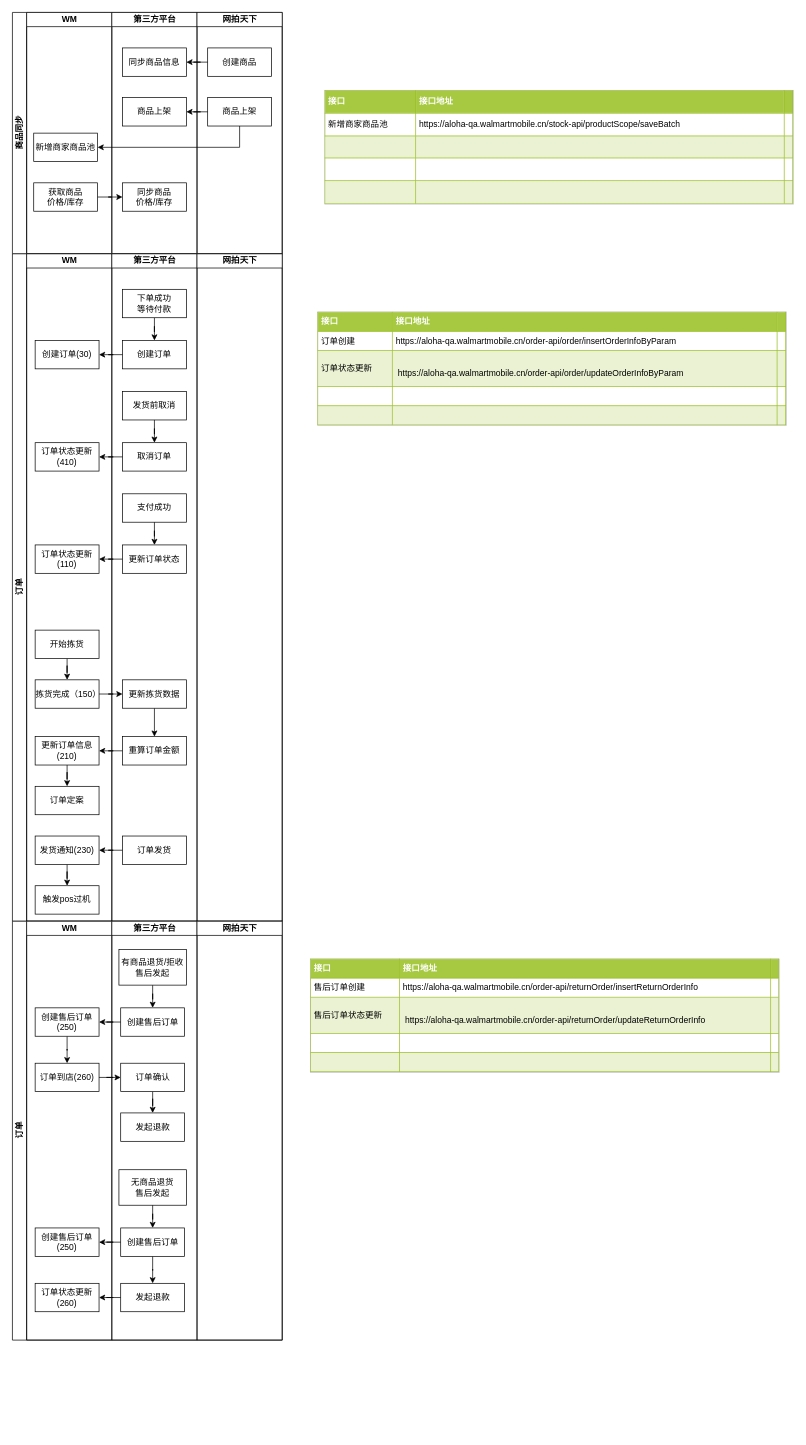
Earlier version of the draw.io diagram work/第三方平台订单对接.drawio (FYou/drawIo). Source tidied: cells renumbered, new cells numbered last; positions are measured from the earlier drawing's top-left corner, leaving out a move shared by most shapes. Both pictures are drawn from the tidied source at 71%, with x=0, y=0 at pixel (12, 12).
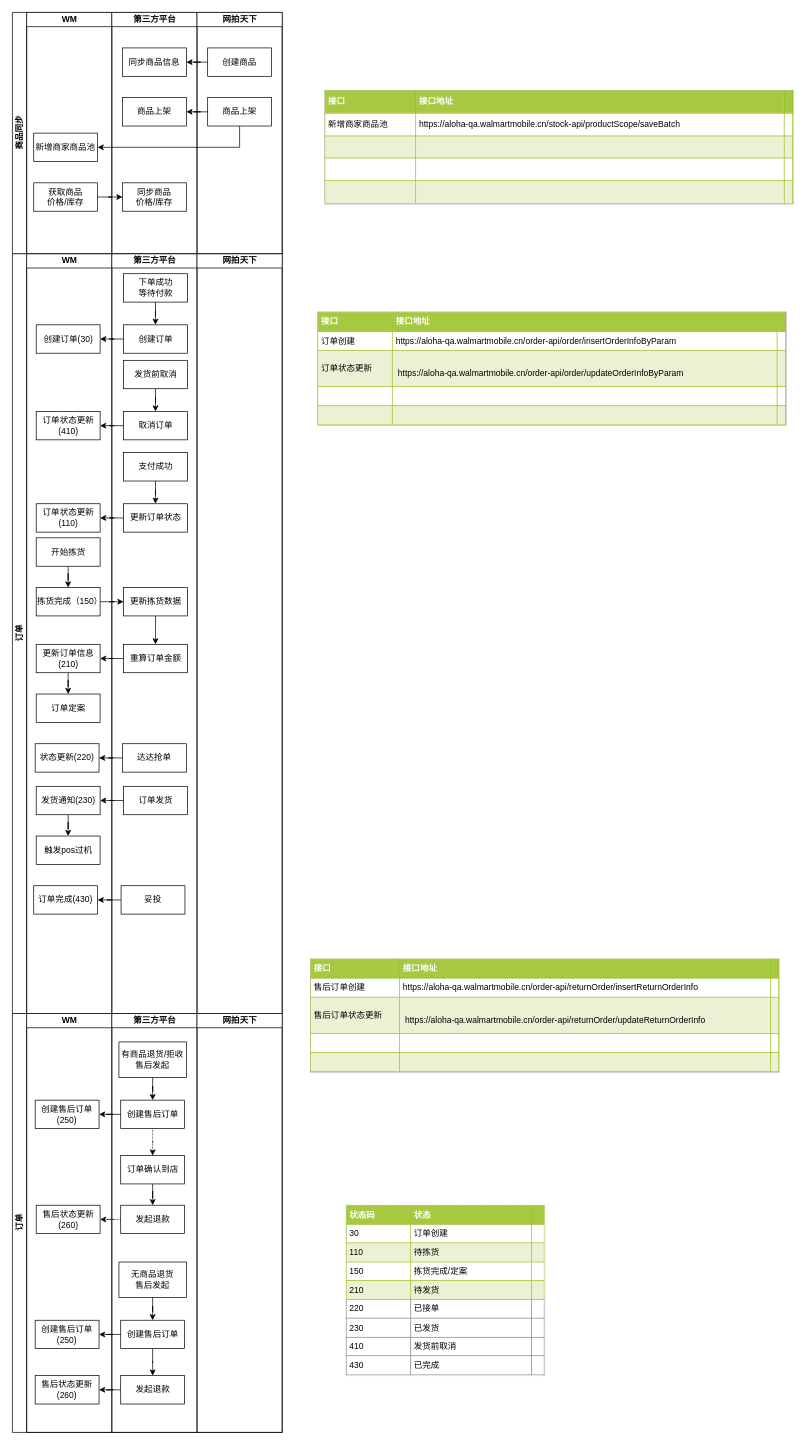
After the change.

Commit message:
Update 第三方平台订单对接.drawio

The change refers to these unchanged cells:
```xml
<mxCell id="53" value="WM" style="swimlane;html=1;startSize=20;" parent="52" vertex="1">
  <mxGeometry x="20" width="120" height="590" as="geometry" />
</mxCell>
<mxCell id="55" value="创建售后订单(250)" style="rounded=0;whiteSpace=wrap;html=1;" parent="53" vertex="1">
  <mxGeometry x="12" y="122" width="90" height="40" as="geometry" />
</mxCell>
<mxCell id="58" value="第三方平台" style="swimlane;html=1;startSize=20;" parent="52" vertex="1">
  <mxGeometry x="140" width="120" height="590" as="geometry" />
</mxCell>
<mxCell id="61" value="创建售后订单" style="rounded=0;whiteSpace=wrap;html=1;" parent="58" vertex="1">
  <mxGeometry x="12.5" y="122" width="90" height="40" as="geometry" />
</mxCell>
<mxCell id="64" value="发起退款" style="rounded=0;whiteSpace=wrap;html=1;" parent="58" vertex="1">
  <mxGeometry x="12.5" y="270" width="90" height="40" as="geometry" />
</mxCell>
```

Diff of the diagram source:
```diff
@@
     <mxCell id="17" value="订单&lt;br&gt;" style="swimlane;html=1;startSize=20;horizontal=0;" parent="1" vertex="1">
-      <mxGeometry y="340" width="380" height="940" as="geometry" />
+      <mxGeometry y="340" width="380" height="1070" as="geometry" />
     </mxCell>
+    <mxCell id="49" style="edgeStyle=orthogonalEdgeStyle;rounded=0;jettySize=auto;html=1;" parent="17" edge="1" source="22" target="44">
+      <mxGeometry relative="1" as="geometry" />
+    </mxCell>
+    <mxCell id="50" style="edgeStyle=orthogonalEdgeStyle;rounded=0;jettySize=auto;html=1;entryX=1;entryY=0.5;entryDx=0;entryDy=0;" parent="17" edge="1" source="45" target="24">
+      <mxGeometry relative="1" as="geometry" />
+    </mxCell>
+    <mxCell id="51" style="edgeStyle=orthogonalEdgeStyle;rounded=0;jettySize=auto;html=1;entryX=1;entryY=0.5;entryDx=0;entryDy=0;" parent="17" edge="1" source="46" target="27">
+      <mxGeometry relative="1" as="geometry" />
+    </mxCell>
     <mxCell id="18" value="WM" style="swimlane;html=1;startSize=20;" parent="17" vertex="1">
-      <mxGeometry x="20" width="120" height="940" as="geometry" />
+      <mxGeometry x="20" width="120" height="1070" as="geometry" />
     </mxCell>
     <mxCell id="19" value="创建订单(30)" style="rounded=0;whiteSpace=wrap;html=1;" parent="18" vertex="1">
-      <mxGeometry x="12" y="122" width="90" height="40" as="geometry" />
+      <mxGeometry x="13.5" y="100" width="90" height="40" as="geometry" />
     </mxCell>
@@
     <mxCell id="21" value="开始拣货" style="rounded=0;whiteSpace=wrap;html=1;" parent="18" vertex="1">
-      <mxGeometry x="12" y="530" width="90" height="40" as="geometry" />
+      <mxGeometry x="13.5" y="400" width="90" height="40" as="geometry" />
     </mxCell>
     <mxCell id="22" value="拣货完成（150）" style="rounded=0;whiteSpace=wrap;html=1;" parent="18" vertex="1">
-      <mxGeometry x="12" y="600" width="90" height="40" as="geometry" />
+      <mxGeometry x="13.5" y="470" width="90" height="40" as="geometry" />
     </mxCell>
@@
     <mxCell id="24" value="更新订单信息(210)" style="rounded=0;whiteSpace=wrap;html=1;" parent="18" vertex="1">
-      <mxGeometry x="12" y="680" width="90" height="40" as="geometry" />
+      <mxGeometry x="13.5" y="550" width="90" height="40" as="geometry" />
     </mxCell>
     <mxCell id="25" value="订单定案" style="rounded=0;whiteSpace=wrap;html=1;" parent="18" vertex="1">
-      <mxGeometry x="12" y="750" width="90" height="40" as="geometry" />
+      <mxGeometry x="13.5" y="620" width="90" height="40" as="geometry" />
     </mxCell>
@@
     <mxCell id="27" value="发货通知(230)" style="rounded=0;whiteSpace=wrap;html=1;" parent="18" vertex="1">
-      <mxGeometry x="12" y="820" width="90" height="40" as="geometry" />
+      <mxGeometry x="13.5" y="750" width="90" height="40" as="geometry" />
     </mxCell>
     <mxCell id="28" value="触发pos过机" style="rounded=0;whiteSpace=wrap;html=1;" parent="18" vertex="1">
-      <mxGeometry x="12" y="890" width="90" height="40" as="geometry" />
+      <mxGeometry x="13.5" y="820" width="90" height="40" as="geometry" />
     </mxCell>
+    <mxCell id="48" style="edgeStyle=orthogonalEdgeStyle;rounded=0;jettySize=auto;html=1;entryX=1;entryY=0.5;entryDx=0;entryDy=0;" parent="17" edge="1" source="32" target="19">
+      <mxGeometry relative="1" as="geometry" />
+    </mxCell>
     <mxCell id="29" value="第三方平台" style="swimlane;html=1;startSize=20;" parent="17" vertex="1">
-      <mxGeometry x="140" width="120" height="940" as="geometry" />
+      <mxGeometry x="140" width="120" height="1070" as="geometry" />
     </mxCell>
@@
     <mxCell id="31" value="下单成功&lt;br&gt;等待付款" style="rounded=0;whiteSpace=wrap;html=1;" parent="29" vertex="1">
-      <mxGeometry x="15" y="50" width="90" height="40" as="geometry" />
+      <mxGeometry x="16.5" y="28" width="90" height="40" as="geometry" />
     </mxCell>
     <mxCell id="32" value="创建订单" style="rounded=0;whiteSpace=wrap;html=1;" parent="29" vertex="1">
-      <mxGeometry x="15" y="122" width="90" height="40" as="geometry" />
+      <mxGeometry x="16.5" y="100" width="90" height="40" as="geometry" />
     </mxCell>
     <mxCell id="33" value="订单状态更新(410)" style="rounded=0;whiteSpace=wrap;html=1;" parent="29" vertex="1">
-      <mxGeometry x="-108" y="266" width="90" height="40" as="geometry" />
+      <mxGeometry x="-106.5" y="222" width="90" height="40" as="geometry" />
     </mxCell>
     <mxCell id="34" value="发货前取消" style="rounded=0;whiteSpace=wrap;html=1;" parent="29" vertex="1">
-      <mxGeometry x="15" y="194" width="90" height="40" as="geometry" />
+      <mxGeometry x="16.5" y="150" width="90" height="40" as="geometry" />
     </mxCell>
     <mxCell id="35" value="取消订单" style="rounded=0;whiteSpace=wrap;html=1;" parent="29" vertex="1">
-      <mxGeometry x="15" y="266" width="90" height="40" as="geometry" />
+      <mxGeometry x="16.5" y="222" width="90" height="40" as="geometry" />
     </mxCell>
@@
     <mxCell id="38" value="订单状态更新(110)" style="rounded=0;whiteSpace=wrap;html=1;" parent="29" vertex="1">
-      <mxGeometry x="-108" y="410" width="90" height="40" as="geometry" />
+      <mxGeometry x="-106.5" y="352" width="90" height="40" as="geometry" />
     </mxCell>
     <mxCell id="39" value="支付成功" style="rounded=0;whiteSpace=wrap;html=1;" parent="29" vertex="1">
-      <mxGeometry x="15" y="338" width="90" height="40" as="geometry" />
+      <mxGeometry x="16.5" y="280" width="90" height="40" as="geometry" />
     </mxCell>
     <mxCell id="40" value="更新订单状态" style="rounded=0;whiteSpace=wrap;html=1;" parent="29" vertex="1">
-      <mxGeometry x="15" y="410" width="90" height="40" as="geometry" />
+      <mxGeometry x="16.5" y="352" width="90" height="40" as="geometry" />
     </mxCell>
@@
     <mxCell id="44" value="更新拣货数据" style="rounded=0;whiteSpace=wrap;html=1;" parent="29" vertex="1">
-      <mxGeometry x="15" y="600" width="90" height="40" as="geometry" />
+      <mxGeometry x="16.5" y="470" width="90" height="40" as="geometry" />
     </mxCell>
     <mxCell id="45" value="重算订单金额" style="rounded=0;whiteSpace=wrap;html=1;" parent="29" vertex="1">
-      <mxGeometry x="15" y="680" width="90" height="40" as="geometry" />
+      <mxGeometry x="16.5" y="550" width="90" height="40" as="geometry" />
     </mxCell>
     <mxCell id="46" value="订单发货" style="rounded=0;whiteSpace=wrap;html=1;" parent="29" vertex="1">
-      <mxGeometry x="15" y="820" width="90" height="40" as="geometry" />
+      <mxGeometry x="16.5" y="750" width="90" height="40" as="geometry" />
     </mxCell>
+    <mxCell id="79" value="状态更新(220)" style="rounded=0;whiteSpace=wrap;html=1;" parent="29" vertex="1">
+      <mxGeometry x="-108" y="690" width="90" height="40" as="geometry" />
+    </mxCell>
+    <mxCell id="80" style="edgeStyle=orthogonalEdgeStyle;rounded=0;jettySize=auto;html=1;entryX=1;entryY=0.5;entryDx=0;entryDy=0;" parent="29" edge="1" source="81" target="79">
+      <mxGeometry relative="1" as="geometry" />
+    </mxCell>
+    <mxCell id="81" value="达达抢单" style="rounded=0;whiteSpace=wrap;html=1;" parent="29" vertex="1">
+      <mxGeometry x="15" y="690" width="90" height="40" as="geometry" />
+    </mxCell>
+    <mxCell id="82" style="edgeStyle=orthogonalEdgeStyle;rounded=0;jettySize=auto;html=1;entryX=1;entryY=0.5;entryDx=0;entryDy=0;" parent="29" edge="1" source="84" target="83">
+      <mxGeometry relative="1" as="geometry" />
+    </mxCell>
+    <mxCell id="83" value="订单完成(430)" style="rounded=0;whiteSpace=wrap;html=1;" parent="29" vertex="1">
+      <mxGeometry x="-110" y="890" width="90" height="40" as="geometry" />
+    </mxCell>
+    <mxCell id="84" value="妥投" style="rounded=0;whiteSpace=wrap;html=1;" parent="29" vertex="1">
+      <mxGeometry x="13" y="890" width="90" height="40" as="geometry" />
+    </mxCell>
     <mxCell id="47" value="网拍天下" style="swimlane;html=1;startSize=20;" parent="17" vertex="1">
-      <mxGeometry x="260" width="120" height="940" as="geometry" />
+      <mxGeometry x="260" width="120" height="1070" as="geometry" />
     </mxCell>
-    <mxCell id="48" style="edgeStyle=orthogonalEdgeStyle;rounded=0;jettySize=auto;html=1;entryX=1;entryY=0.5;entryDx=0;entryDy=0;" parent="17" edge="1" source="32" target="19">
-      <mxGeometry relative="1" as="geometry" />
-    </mxCell>
-    <mxCell id="49" style="edgeStyle=orthogonalEdgeStyle;rounded=0;jettySize=auto;html=1;" parent="17" edge="1" source="22" target="44">
-      <mxGeometry relative="1" as="geometry" />
-    </mxCell>
-    <mxCell id="50" style="edgeStyle=orthogonalEdgeStyle;rounded=0;jettySize=auto;html=1;entryX=1;entryY=0.5;entryDx=0;entryDy=0;" parent="17" edge="1" source="45" target="24">
-      <mxGeometry relative="1" as="geometry" />
-    </mxCell>
-    <mxCell id="51" style="edgeStyle=orthogonalEdgeStyle;rounded=0;jettySize=auto;html=1;entryX=1;entryY=0.5;entryDx=0;entryDy=0;" parent="17" edge="1" source="46" target="27">
-      <mxGeometry relative="1" as="geometry" />
-    </mxCell>
     <mxCell id="52" value="订单&lt;br&gt;" style="swimlane;html=1;startSize=20;horizontal=0;" parent="1" vertex="1">
-      <mxGeometry y="1280" width="380" height="590" as="geometry" />
+      <mxGeometry y="1410" width="380" height="590" as="geometry" />
     </mxCell>
@@
-    <mxCell id="54" style="edgeStyle=orthogonalEdgeStyle;rounded=0;jettySize=auto;html=1;entryX=0.5;entryY=0;entryDx=0;entryDy=0;" parent="53" edge="1" source="55" target="56">
-      <mxGeometry relative="1" as="geometry" />
-    </mxCell>
@@
-    <mxCell id="56" value="订单到店(260)" style="rounded=0;whiteSpace=wrap;html=1;" parent="53" vertex="1">
-      <mxGeometry x="12" y="200" width="90" height="40" as="geometry" />
+    <mxCell id="56" value="售后状态更新(260)" style="rounded=0;whiteSpace=wrap;html=1;" parent="53" vertex="1">
+      <mxGeometry x="13.5" y="270" width="90" height="40" as="geometry" />
     </mxCell>
-    <mxCell id="57" value="订单状态更新(260)" style="rounded=0;whiteSpace=wrap;html=1;" parent="53" vertex="1">
+    <mxCell id="57" value="售后状态更新(260)" style="rounded=0;whiteSpace=wrap;html=1;" parent="53" vertex="1">
       <mxGeometry x="12" y="510" width="90" height="40" as="geometry" />
     </mxCell>
@@
+    <mxCell id="85" style="edgeStyle=orthogonalEdgeStyle;rounded=0;jettySize=auto;html=1;entryX=0.5;entryY=0;entryDx=0;entryDy=0;dashed=1;dashPattern=1 1;" parent="58" edge="1" source="61" target="63">
+      <mxGeometry relative="1" as="geometry" />
+    </mxCell>
@@
-    <mxCell id="63" value="订单确认" style="rounded=0;whiteSpace=wrap;html=1;" parent="58" vertex="1">
+    <mxCell id="63" value="订单确认到店" style="rounded=0;whiteSpace=wrap;html=1;" parent="58" vertex="1">
       <mxGeometry x="12.5" y="200" width="90" height="40" as="geometry" />
     </mxCell>
@@
-    <mxCell id="74" style="edgeStyle=orthogonalEdgeStyle;rounded=0;jettySize=auto;html=1;entryX=0;entryY=0.5;entryDx=0;entryDy=0;" parent="52" edge="1" source="56" target="63">
-      <mxGeometry relative="1" as="geometry" />
-    </mxCell>
@@
+    <mxCell id="86" style="edgeStyle=orthogonalEdgeStyle;rounded=0;jettySize=auto;html=1;entryX=1;entryY=0.5;entryDx=0;entryDy=0;dashed=1;dashPattern=1 1;" parent="52" edge="1" source="64" target="56">
+      <mxGeometry relative="1" as="geometry" />
+    </mxCell>
@@
+    <mxCell id="87" value="&lt;table border=&quot;1&quot; width=&quot;100%&quot; cellpadding=&quot;4&quot; style=&quot;width: 100% ; height: 100% ; border-collapse: collapse&quot;&gt;&lt;tbody&gt;&lt;tr style=&quot;background-color: #a7c942 ; color: #ffffff ; border: 1px solid #98bf21&quot;&gt;&lt;th align=&quot;left&quot;&gt;状态码&lt;/th&gt;&lt;th align=&quot;left&quot;&gt;状态&lt;/th&gt;&lt;th align=&quot;left&quot;&gt;&lt;br&gt;&lt;/th&gt;&lt;/tr&gt;&lt;tr style=&quot;border: 1px solid #98bf21&quot;&gt;&lt;td&gt;30&lt;/td&gt;&lt;td&gt;订单创建&lt;/td&gt;&lt;td&gt;&lt;br&gt;&lt;/td&gt;&lt;/tr&gt;&lt;tr style=&quot;background-color: #eaf2d3 ; border: 1px solid #98bf21&quot;&gt;&lt;td&gt;110&lt;/td&gt;&lt;td&gt;待拣货&lt;/td&gt;&lt;td&gt;&lt;br&gt;&lt;/td&gt;&lt;/tr&gt;&lt;tr style=&quot;border: 1px solid #98bf21&quot;&gt;&lt;td&gt;150&lt;/td&gt;&lt;td&gt;拣货完成/定案&lt;/td&gt;&lt;td&gt;&lt;br&gt;&lt;/td&gt;&lt;/tr&gt;&lt;tr style=&quot;background-color: #eaf2d3 ; border: 1px solid #98bf21&quot;&gt;&lt;td&gt;210&lt;/td&gt;&lt;td&gt;待发货&lt;/td&gt;&lt;td&gt;&lt;br&gt;&lt;/td&gt;&lt;/tr&gt;&lt;tr&gt;&lt;td&gt;220&lt;/td&gt;&lt;td&gt;已接单&lt;/td&gt;&lt;td&gt;&lt;br&gt;&lt;/td&gt;&lt;/tr&gt;&lt;tr&gt;&lt;td&gt;230&lt;/td&gt;&lt;td&gt;已发货&lt;/td&gt;&lt;td&gt;&lt;br&gt;&lt;/td&gt;&lt;/tr&gt;&lt;tr&gt;&lt;td&gt;410&lt;/td&gt;&lt;td&gt;发货前取消&lt;/td&gt;&lt;td&gt;&lt;br&gt;&lt;/td&gt;&lt;/tr&gt;&lt;tr&gt;&lt;td&gt;430&lt;/td&gt;&lt;td&gt;已完成&lt;/td&gt;&lt;td&gt;&lt;br&gt;&lt;/td&gt;&lt;/tr&gt;&lt;/tbody&gt;&lt;/table&gt;" style="text;html=1;strokeColor=#c0c0c0;fillColor=#ffffff;overflow=fill;rounded=0;dashed=1;dashPattern=1 1;" parent="1" vertex="1">
+      <mxGeometry x="470" y="1680" width="280" height="240" as="geometry" />
+    </mxCell>
```
